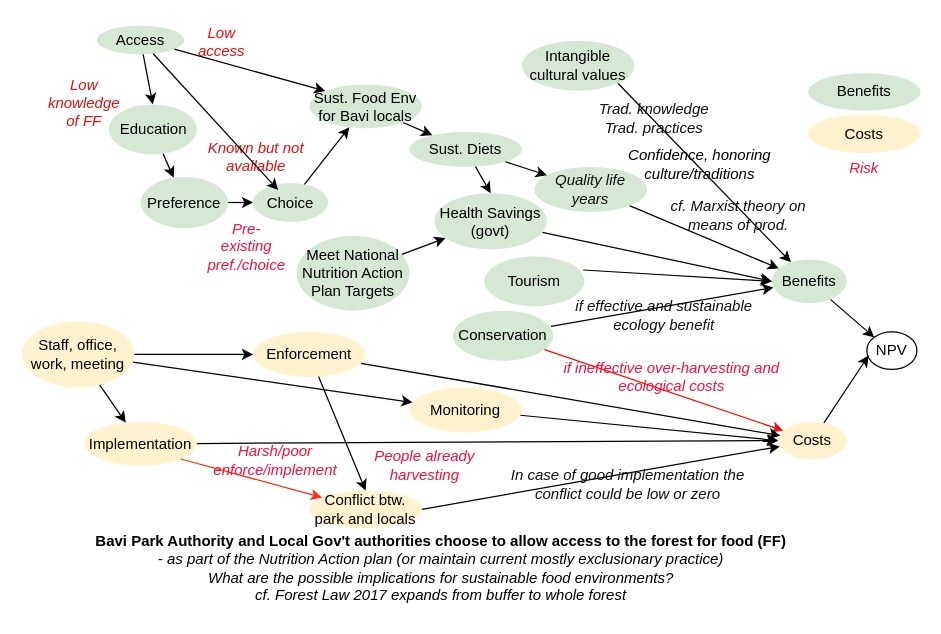
This is Untitled Diagram.drawio from CWWhitney/bavi-forest-access, a draw.io file, before an edit. Source tidied: cells renumbered, new cells numbered last; positions are measured from the earlier drawing's top-left corner, leaving out a move shared by most shapes. Both pictures are drawn from the tidied source at 125%, with x=0, y=0 at pixel (21, 25).
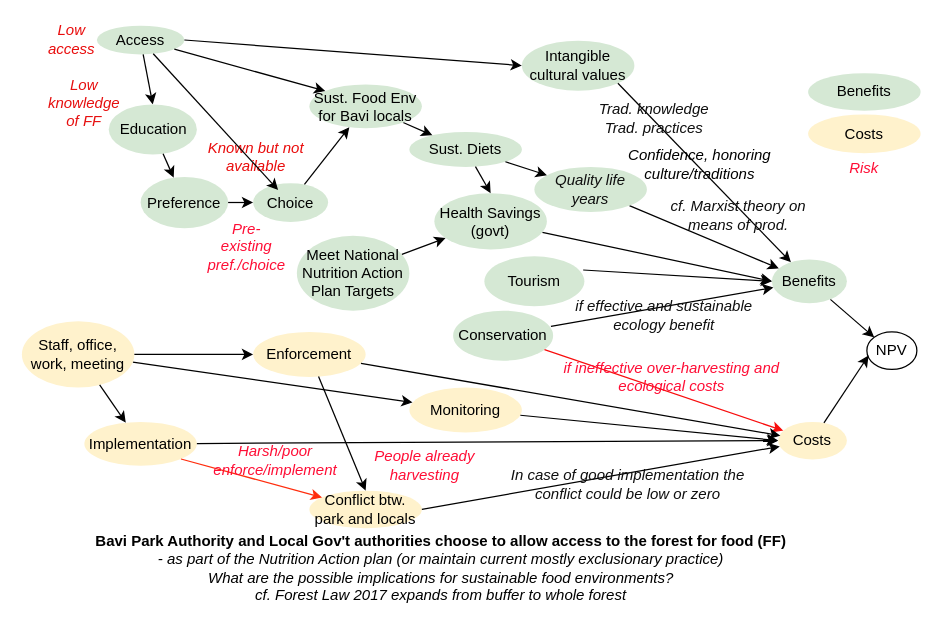
The same page after the edit.

Commit message:
line from access to intangible benefit

The change refers to these unchanged cells:
```xml
<mxCell id="12" value="Access" style="ellipse;whiteSpace=wrap;html=1;fillColor=#d5e8d4;strokeColor=none;" parent="1" vertex="1">
  <mxGeometry x="60" width="70" height="23" as="geometry" />
</mxCell>
<mxCell id="30" value="Intangible cultural values" style="ellipse;whiteSpace=wrap;html=1;fillColor=#d5e8d4;strokeColor=none;" parent="1" vertex="1">
  <mxGeometry x="400" y="12" width="90" height="40" as="geometry" />
</mxCell>
```

What changed in the source:
```diff
@@
     <mxCell id="28" value="Low access" style="text;html=1;align=center;verticalAlign=middle;whiteSpace=wrap;rounded=0;fontFamily=Helvetica;fontSize=12;fontStyle=2;fontColor=#e90c0c;" parent="1" vertex="1">
-      <mxGeometry x="130" y="2" width="60" height="22" as="geometry" />
+      <mxGeometry x="9.5" width="60" height="22" as="geometry" />
     </mxCell>
@@
+    <mxCell id="65" style="rounded=0;jettySize=auto;html=1;entryX=0;entryY=0.5;entryDx=0;entryDy=0;exitX=1;exitY=0.5;exitDx=0;exitDy=0;" parent="1" edge="1" source="12" target="30">
+      <mxGeometry relative="1" as="geometry" />
+    </mxCell>
```
